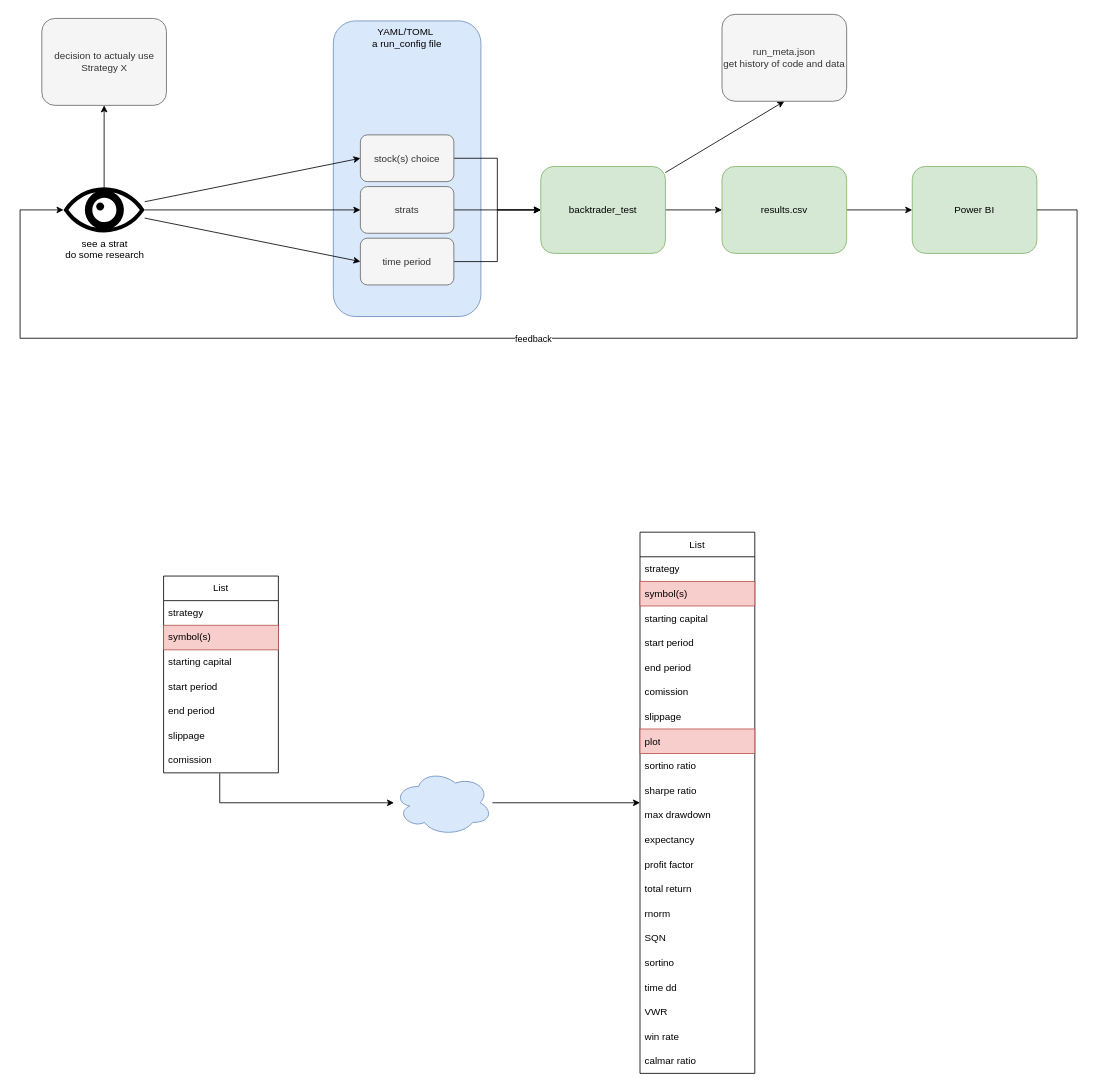
The draw.io diagram page "Page-1" (1 of 4) of Informations.drawio in sh4r-KO/special-tribble, before the edit. Source tidied: cells renumbered, new cells numbered last; positions are measured from the earlier drawing's top-left corner, leaving out a move shared by most shapes. Both pictures are drawn from the tidied source at 82%, with x=0, y=0 at pixel (20, 14).
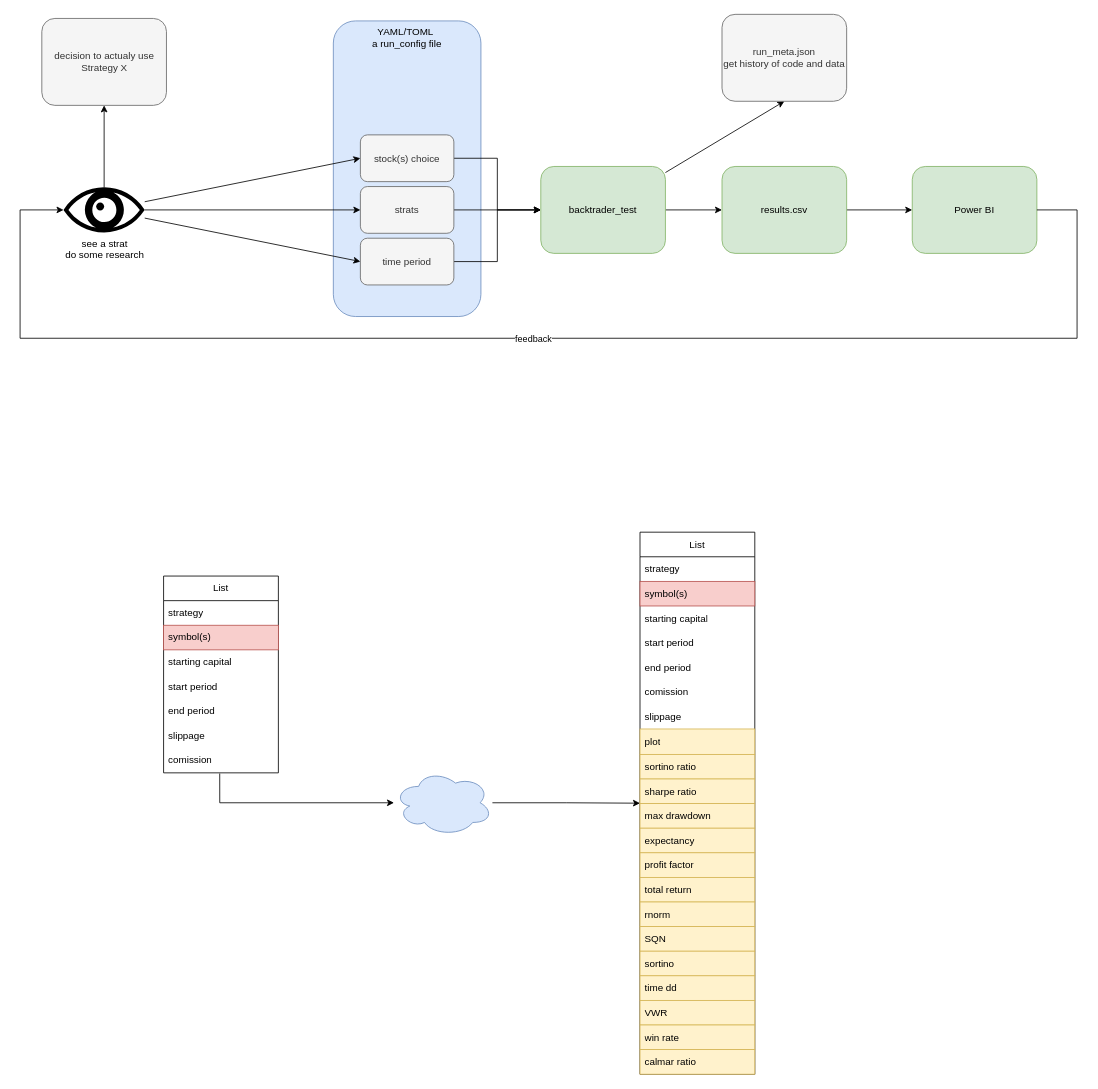
The same diagram, later.

What changed in the source:
```diff
@@
     <mxCell id="34" value="List" style="swimlane;fontStyle=0;horizontal=1;startSize=30;whiteSpace=wrap;html=1;" parent="1" vertex="1">
-      <mxGeometry x="756" y="631.5" width="140" height="660" as="geometry" />
+      <mxGeometry x="756" y="631.5" width="140" height="661" as="geometry" />
     </mxCell>
@@
-    <mxCell id="42" value="plot" style="text;strokeColor=#b85450;fillColor=#f8cecc;align=left;verticalAlign=middle;spacingLeft=4;spacingRight=4;overflow=hidden;whiteSpace=wrap;html=1;" parent="34" vertex="1">
-      <mxGeometry y="240" width="140" height="30" as="geometry" />
+    <mxCell id="42" value="plot" style="text;strokeColor=#d6b656;fillColor=#fff2cc;align=left;verticalAlign=middle;spacingLeft=4;spacingRight=4;overflow=hidden;whiteSpace=wrap;html=1;" parent="34" vertex="1">
+      <mxGeometry y="240" width="140" height="31" as="geometry" />
     </mxCell>
-    <mxCell id="43" value="sortino ratio" style="text;strokeColor=none;fillColor=none;align=left;verticalAlign=middle;spacingLeft=4;spacingRight=4;overflow=hidden;whiteSpace=wrap;html=1;" parent="34" vertex="1">
-      <mxGeometry y="270" width="140" height="30" as="geometry" />
+    <mxCell id="43" value="sortino ratio" style="text;strokeColor=#d6b656;fillColor=#fff2cc;align=left;verticalAlign=middle;spacingLeft=4;spacingRight=4;overflow=hidden;whiteSpace=wrap;html=1;" parent="34" vertex="1">
+      <mxGeometry y="271" width="140" height="30" as="geometry" />
     </mxCell>
-    <mxCell id="44" value="sharpe ratio" style="text;strokeColor=none;fillColor=none;align=left;verticalAlign=middle;spacingLeft=4;spacingRight=4;overflow=hidden;whiteSpace=wrap;html=1;" parent="34" vertex="1">
-      <mxGeometry y="300" width="140" height="30" as="geometry" />
+    <mxCell id="44" value="sharpe ratio" style="text;strokeColor=#d6b656;fillColor=#fff2cc;align=left;verticalAlign=middle;spacingLeft=4;spacingRight=4;overflow=hidden;whiteSpace=wrap;html=1;" parent="34" vertex="1">
+      <mxGeometry y="301" width="140" height="30" as="geometry" />
     </mxCell>
-    <mxCell id="45" value="max drawdown" style="text;strokeColor=none;fillColor=none;align=left;verticalAlign=middle;spacingLeft=4;spacingRight=4;overflow=hidden;whiteSpace=wrap;html=1;" parent="34" vertex="1">
-      <mxGeometry y="330" width="140" height="30" as="geometry" />
+    <mxCell id="45" value="max drawdown" style="text;strokeColor=#d6b656;fillColor=#fff2cc;align=left;verticalAlign=middle;spacingLeft=4;spacingRight=4;overflow=hidden;whiteSpace=wrap;html=1;" parent="34" vertex="1">
+      <mxGeometry y="331" width="140" height="30" as="geometry" />
     </mxCell>
-    <mxCell id="46" value="expectancy" style="text;strokeColor=none;fillColor=none;align=left;verticalAlign=middle;spacingLeft=4;spacingRight=4;overflow=hidden;whiteSpace=wrap;html=1;" parent="34" vertex="1">
-      <mxGeometry y="360" width="140" height="30" as="geometry" />
+    <mxCell id="46" value="expectancy" style="text;strokeColor=#d6b656;fillColor=#fff2cc;align=left;verticalAlign=middle;spacingLeft=4;spacingRight=4;overflow=hidden;whiteSpace=wrap;html=1;" parent="34" vertex="1">
+      <mxGeometry y="361" width="140" height="30" as="geometry" />
     </mxCell>
-    <mxCell id="47" value="profit factor" style="text;strokeColor=none;fillColor=none;align=left;verticalAlign=middle;spacingLeft=4;spacingRight=4;overflow=hidden;whiteSpace=wrap;html=1;" parent="34" vertex="1">
-      <mxGeometry y="390" width="140" height="30" as="geometry" />
+    <mxCell id="47" value="profit factor" style="text;strokeColor=#d6b656;fillColor=#fff2cc;align=left;verticalAlign=middle;spacingLeft=4;spacingRight=4;overflow=hidden;whiteSpace=wrap;html=1;" parent="34" vertex="1">
+      <mxGeometry y="391" width="140" height="30" as="geometry" />
     </mxCell>
-    <mxCell id="48" value="total return" style="text;strokeColor=none;fillColor=none;align=left;verticalAlign=middle;spacingLeft=4;spacingRight=4;overflow=hidden;whiteSpace=wrap;html=1;" parent="34" vertex="1">
-      <mxGeometry y="420" width="140" height="30" as="geometry" />
+    <mxCell id="48" value="total return" style="text;strokeColor=#d6b656;fillColor=#fff2cc;align=left;verticalAlign=middle;spacingLeft=4;spacingRight=4;overflow=hidden;whiteSpace=wrap;html=1;" parent="34" vertex="1">
+      <mxGeometry y="421" width="140" height="30" as="geometry" />
     </mxCell>
-    <mxCell id="49" value="rnorm" style="text;strokeColor=none;fillColor=none;align=left;verticalAlign=middle;spacingLeft=4;spacingRight=4;overflow=hidden;whiteSpace=wrap;html=1;" parent="34" vertex="1">
-      <mxGeometry y="450" width="140" height="30" as="geometry" />
+    <mxCell id="49" value="rnorm" style="text;strokeColor=#d6b656;fillColor=#fff2cc;align=left;verticalAlign=middle;spacingLeft=4;spacingRight=4;overflow=hidden;whiteSpace=wrap;html=1;" parent="34" vertex="1">
+      <mxGeometry y="451" width="140" height="30" as="geometry" />
     </mxCell>
-    <mxCell id="50" value="SQN" style="text;strokeColor=none;fillColor=none;align=left;verticalAlign=middle;spacingLeft=4;spacingRight=4;overflow=hidden;whiteSpace=wrap;html=1;" parent="34" vertex="1">
-      <mxGeometry y="480" width="140" height="30" as="geometry" />
+    <mxCell id="50" value="SQN" style="text;strokeColor=#d6b656;fillColor=#fff2cc;align=left;verticalAlign=middle;spacingLeft=4;spacingRight=4;overflow=hidden;whiteSpace=wrap;html=1;" parent="34" vertex="1">
+      <mxGeometry y="481" width="140" height="30" as="geometry" />
     </mxCell>
-    <mxCell id="51" value="sortino" style="text;strokeColor=none;fillColor=none;align=left;verticalAlign=middle;spacingLeft=4;spacingRight=4;overflow=hidden;whiteSpace=wrap;html=1;" parent="34" vertex="1">
-      <mxGeometry y="510" width="140" height="30" as="geometry" />
+    <mxCell id="51" value="sortino" style="text;strokeColor=#d6b656;fillColor=#fff2cc;align=left;verticalAlign=middle;spacingLeft=4;spacingRight=4;overflow=hidden;whiteSpace=wrap;html=1;" parent="34" vertex="1">
+      <mxGeometry y="511" width="140" height="30" as="geometry" />
     </mxCell>
-    <mxCell id="52" value="time dd" style="text;strokeColor=none;fillColor=none;align=left;verticalAlign=middle;spacingLeft=4;spacingRight=4;overflow=hidden;whiteSpace=wrap;html=1;" parent="34" vertex="1">
-      <mxGeometry y="540" width="140" height="30" as="geometry" />
+    <mxCell id="52" value="time dd" style="text;strokeColor=#d6b656;fillColor=#fff2cc;align=left;verticalAlign=middle;spacingLeft=4;spacingRight=4;overflow=hidden;whiteSpace=wrap;html=1;" parent="34" vertex="1">
+      <mxGeometry y="541" width="140" height="30" as="geometry" />
     </mxCell>
-    <mxCell id="53" value="VWR" style="text;strokeColor=none;fillColor=none;align=left;verticalAlign=middle;spacingLeft=4;spacingRight=4;overflow=hidden;whiteSpace=wrap;html=1;" parent="34" vertex="1">
-      <mxGeometry y="570" width="140" height="30" as="geometry" />
+    <mxCell id="53" value="VWR" style="text;strokeColor=#d6b656;fillColor=#fff2cc;align=left;verticalAlign=middle;spacingLeft=4;spacingRight=4;overflow=hidden;whiteSpace=wrap;html=1;" parent="34" vertex="1">
+      <mxGeometry y="571" width="140" height="30" as="geometry" />
     </mxCell>
-    <mxCell id="54" value="win rate" style="text;strokeColor=none;fillColor=none;align=left;verticalAlign=middle;spacingLeft=4;spacingRight=4;overflow=hidden;whiteSpace=wrap;html=1;" parent="34" vertex="1">
-      <mxGeometry y="600" width="140" height="30" as="geometry" />
+    <mxCell id="54" value="win rate" style="text;strokeColor=#d6b656;fillColor=#fff2cc;align=left;verticalAlign=middle;spacingLeft=4;spacingRight=4;overflow=hidden;whiteSpace=wrap;html=1;" parent="34" vertex="1">
+      <mxGeometry y="601" width="140" height="30" as="geometry" />
     </mxCell>
-    <mxCell id="55" value="calmar ratio" style="text;strokeColor=none;fillColor=none;align=left;verticalAlign=middle;spacingLeft=4;spacingRight=4;overflow=hidden;whiteSpace=wrap;html=1;" parent="34" vertex="1">
-      <mxGeometry y="630" width="140" height="30" as="geometry" />
+    <mxCell id="55" value="calmar ratio" style="text;strokeColor=#d6b656;fillColor=#fff2cc;align=left;verticalAlign=middle;spacingLeft=4;spacingRight=4;overflow=hidden;whiteSpace=wrap;html=1;" parent="34" vertex="1">
+      <mxGeometry y="631" width="140" height="30" as="geometry" />
     </mxCell>
```
